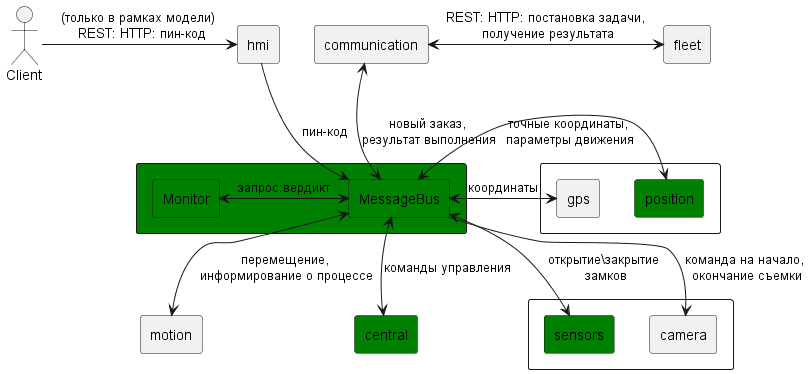
Fishonground/Delivery keeps this PlantUML diagram as pics/dfd_trusted.png. Above is the earlier version. Source of this version:
```plantuml
@startuml
rectangle "motion" as motion
rectangle #green "central" as central

rectangle #green {
	rectangle #green "Monitor" as monitor
	rectangle #green "MessageBus" as kafka
}
rectangle {
rectangle "gps" as gps
rectangle #green "position" as position

}
rectangle "communication" as communication
rectangle "hmi" as hmi
rectangle {
rectangle #green "sensors" as sensors
rectangle "camera" as camera
}
rectangle "fleet" as fleet

:Client:

:Client: -> hmi: (только в рамках модели) \n REST: HTTP: пин-код
communication <-> fleet : REST: HTTP: постановка задачи,\n получение результата
hmi -down-> kafka: пин-код
central <-up-> kafka: команды управления
motion <-up->  kafka: перемещение, \nинформирование о процессе
position <-> kafka: точные координаты, \nпараметры движения
gps <-> kafka: координаты
communication <-down-> kafka: новый заказ, \nрезультат выполнения
sensors <-up-> kafka: открытие\закрытие\n замков
camera <-up- kafka: команда на начало,\n окончание съемки
monitor <-> kafka : запрос:вердикт


@enduml
```
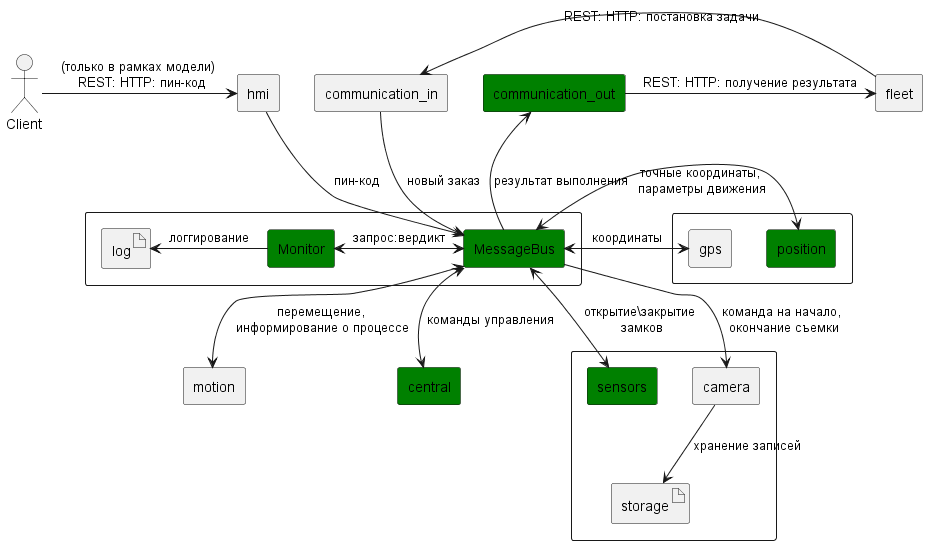
The same file after the commit.

Diff of the diagram source:
```diff
@@ -2,36 +2,45 @@
 rectangle "motion" as motion
 rectangle #green "central" as central
 
-rectangle #green {
-	rectangle #green "Monitor" as monitor
-	rectangle #green "MessageBus" as kafka
+rectangle {
+	rectangle #green "Monitor"  as monitor
+	rectangle #green "MessageBus"  as kafka
+	artifact "log" as log
 }
 rectangle {
 rectangle "gps" as gps
 rectangle #green "position" as position
 
 }
-rectangle "communication" as communication
+rectangle "communication_in" as communication_in
+rectangle #green "communication_out"  as communication_out
 rectangle "hmi" as hmi
 rectangle {
-rectangle #green "sensors" as sensors
+rectangle #green "sensors"  as sensors
 rectangle "camera" as camera
+artifact "storage" as storage
 }
 rectangle "fleet" as fleet
+
+
 
 :Client:
 
 :Client: -> hmi: (только в рамках модели) \n REST: HTTP: пин-код
-communication <-> fleet : REST: HTTP: постановка задачи,\n получение результата
+communication_in <- fleet : REST: HTTP: постановка задачи
+communication_out -> fleet : REST: HTTP: получение результата
 hmi -down-> kafka: пин-код
 central <-up-> kafka: команды управления
 motion <-up->  kafka: перемещение, \nинформирование о процессе
 position <-> kafka: точные координаты, \nпараметры движения
 gps <-> kafka: координаты
-communication <-down-> kafka: новый заказ, \nрезультат выполнения
+communication_in -down-> kafka: новый заказ
+communication_out <-down- kafka: результат выполнения
 sensors <-up-> kafka: открытие\закрытие\n замков
 camera <-up- kafka: команда на начало,\n окончание съемки
+camera -down-> storage: хранение записей
 monitor <-> kafka : запрос:вердикт
+monitor -left-> log: логгирование
 
 
 @enduml
```
